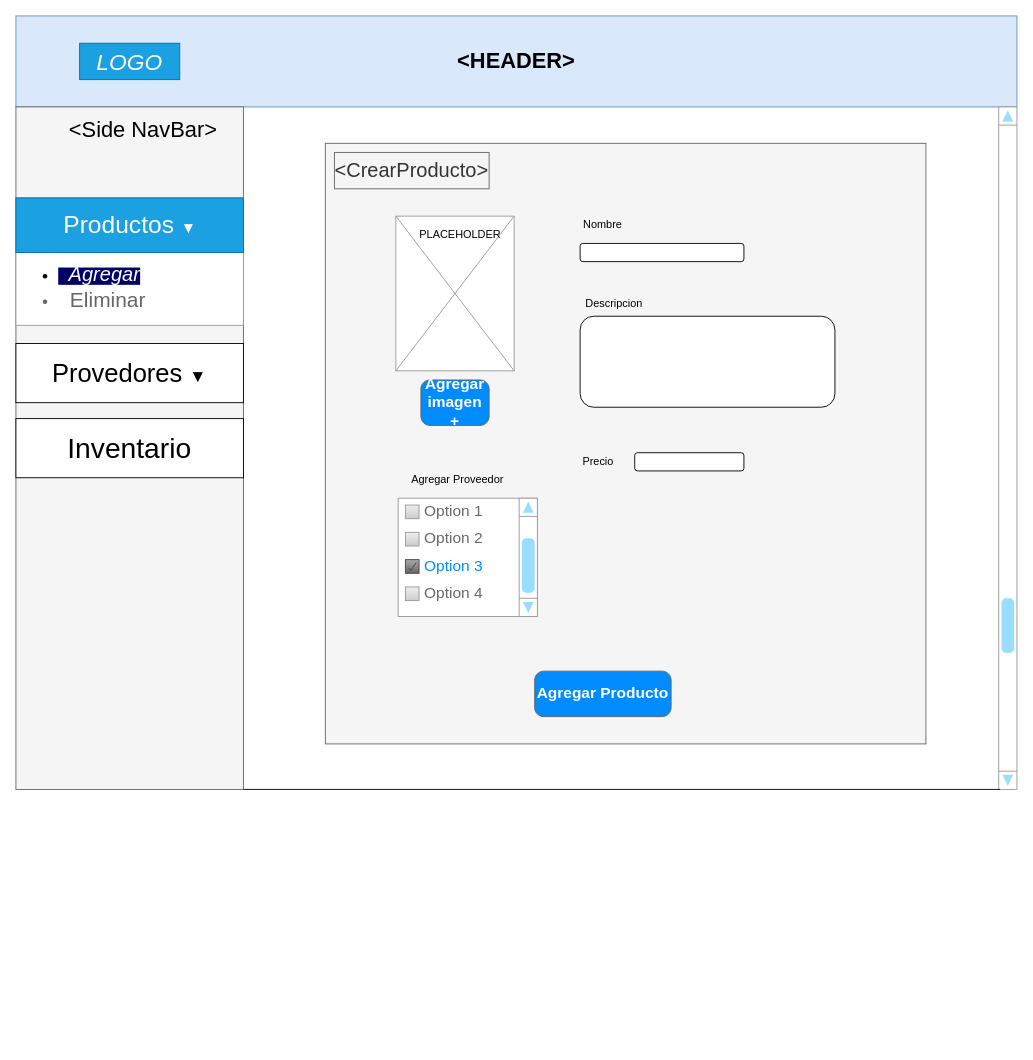
Earlier version of the draw.io diagram CrearProducto component Diagram.drawio (EddyCeti/JarabeProject). Source tidied: cells renumbered, new cells numbered last; positions are measured from the earlier drawing's top-left corner, leaving out a move shared by most shapes. Both pictures are drawn from the tidied source at 91%, with x=0, y=0 at pixel (15, 15).
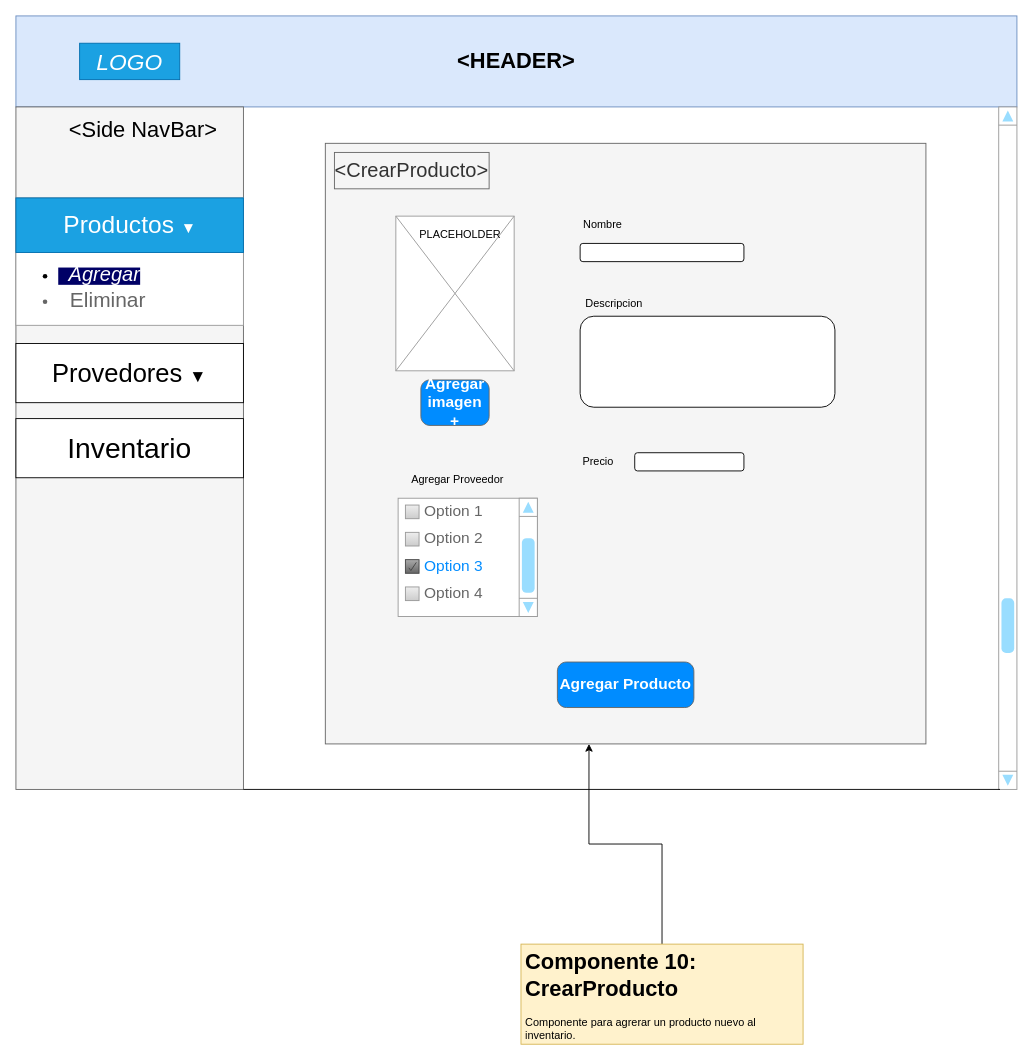
The same page after the edit.

The change refers to these unchanged cells:
```xml
<mxCell id="6" style="strokeWidth=1;shadow=0;dashed=0;align=center;html=1;shape=mxgraph.mockup.forms.rrect;rSize=0;strokeColor=#999999;fillColor=#ffffff;" parent="1" vertex="1">
  <mxGeometry y="200" width="250" height="140" as="geometry" />
</mxCell>
<mxCell id="14" style="whiteSpace=wrap;html=1;fillColor=#f5f5f5;strokeColor=#666666;fontColor=#333333;" parent="1" vertex="1">
  <mxGeometry x="340" y="140" width="660" height="660" as="geometry" />
</mxCell>
```

What changed in the source:
```diff
@@
-    <mxCell id="8" value="&lt;ul&gt;&lt;li&gt;&lt;span style=&quot;background-color: rgb(0 , 0 , 102)&quot;&gt;&lt;font color=&quot;#FFFFFF&quot;&gt;&lt;i&gt;&lt;font style=&quot;font-size: 22px&quot;&gt;&amp;nbsp; Agregar&lt;br&gt;&lt;/font&gt;&lt;/i&gt;&lt;/font&gt;&lt;/span&gt;&lt;/li&gt;&lt;/ul&gt;" style="strokeWidth=1;shadow=0;dashed=0;align=center;html=1;shape=mxgraph.mockup.forms.anchor;fontSize=17;align=left;spacingLeft=5;strokeColor=#d79b00;fillColor=#ffe6cc;" parent="6" vertex="1">
+    <mxCell id="8" value="&lt;ul&gt;&lt;li&gt;&lt;span style=&quot;background-color: rgb(0 , 0 , 102)&quot;&gt;&lt;font color=&quot;#FFFFFF&quot;&gt;&lt;i&gt;&lt;font style=&quot;font-size: 22px&quot;&gt;&amp;nbsp; Agregar&lt;br&gt;&lt;/font&gt;&lt;/i&gt;&lt;/font&gt;&lt;/span&gt;&lt;/li&gt;&lt;/ul&gt;" style="strokeWidth=1;shadow=0;dashed=0;align=center;html=1;shape=mxgraph.mockup.forms.anchor;fontSize=17;align=left;spacingLeft=5;strokeColor=#6c8ebf;fillColor=#dae8fc;" parent="6" vertex="1">
       <mxGeometry y="70.5" width="250" height="29.5" as="geometry" />
     </mxCell>
@@
     <mxCell id="25" value="Agregar Producto" style="strokeWidth=1;shadow=0;dashed=0;align=center;html=1;shape=mxgraph.mockup.buttons.button;strokeColor=#666666;fontColor=#ffffff;mainText=;buttonStyle=round;fontSize=17;fontStyle=1;fillColor=#008cff;whiteSpace=wrap;" parent="1" vertex="1">
-      <mxGeometry x="570" y="720" width="150" height="50" as="geometry" />
+      <mxGeometry x="595" y="710" width="150" height="50" as="geometry" />
     </mxCell>
@@
+    <mxCell id="33" style="edgeStyle=orthogonalEdgeStyle;rounded=0;jettySize=auto;html=1;entryX=0.439;entryY=1;entryDx=0;entryDy=0;entryPerimeter=0;" parent="1" edge="1" source="34" target="14">
+      <mxGeometry relative="1" as="geometry" />
+    </mxCell>
+    <mxCell id="34" value="&lt;h1&gt;Componente 10: CrearProducto&lt;br&gt;&lt;/h1&gt;&lt;p&gt;Componente para agrerar un producto nuevo al inventario.&lt;br&gt;&lt;/p&gt;" style="text;html=1;strokeColor=#d6b656;fillColor=#fff2cc;spacing=5;spacingTop=-20;whiteSpace=wrap;overflow=hidden;rounded=0;" parent="1" vertex="1">
+      <mxGeometry x="555" y="1020" width="310" height="110" as="geometry" />
+    </mxCell>
```
